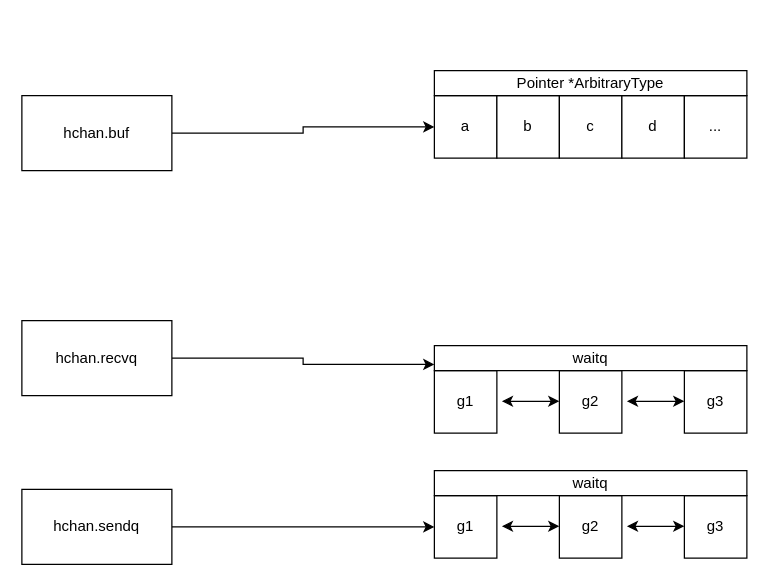
mqzhifu/drawpic keeps this draw.io diagram as Untitled Diagram.drawio. Above is the earlier version. Source tidied: cells renumbered, new cells numbered last; positions are measured from the earlier drawing's top-left corner, leaving out a move shared by most shapes. Both pictures are drawn from the tidied source at 125%, with x=0, y=0 at pixel (21, 70).
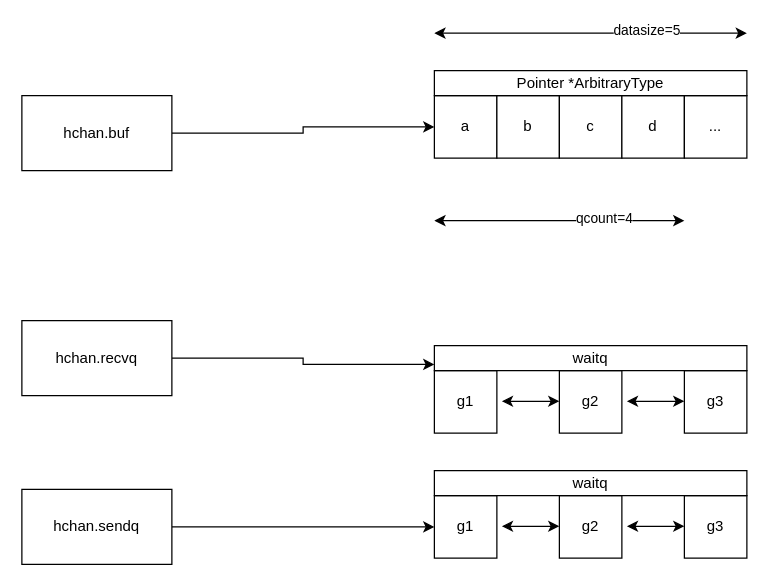
The same page after the edit.

The edit, as a diff of the source:
```diff
@@
+    <mxCell id="26" style="endArrow=classic;startArrow=classic;html=1;" parent="1" edge="1">
+      <mxGeometry relative="1" as="geometry">
+        <mxPoint x="330" y="-30" as="sourcePoint" />
+        <mxPoint x="580" y="-30" as="targetPoint" />
+      </mxGeometry>
+    </mxCell>
+    <mxCell id="27" value="datasize=5" style="edgeLabel;html=1;align=center;verticalAlign=middle;" parent="26" vertex="1">
+      <mxGeometry x="0.35" y="3" relative="1" as="geometry" />
+    </mxCell>
+    <mxCell id="28" style="endArrow=classic;startArrow=classic;html=1;" parent="1" edge="1">
+      <mxGeometry relative="1" as="geometry">
+        <mxPoint x="330" y="120" as="sourcePoint" />
+        <mxPoint x="530" y="120" as="targetPoint" />
+      </mxGeometry>
+    </mxCell>
+    <mxCell id="29" value="qcount=4" style="edgeLabel;html=1;align=center;verticalAlign=middle;" parent="28" vertex="1">
+      <mxGeometry x="0.35" y="3" relative="1" as="geometry" />
+    </mxCell>
```
